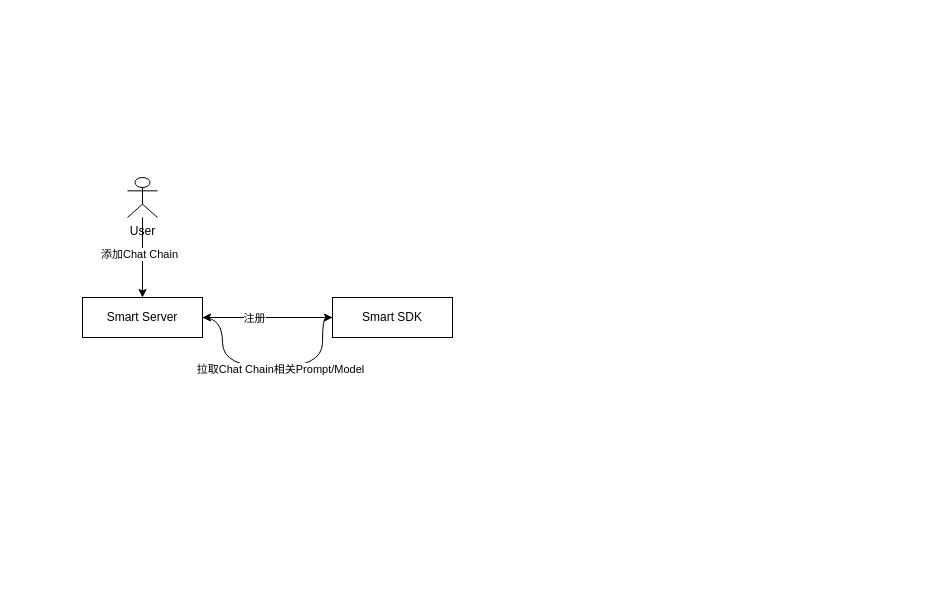
tctalk-cn/orchestrator keeps this draw.io diagram as page "Chat运行过程" (2 of 2) of docs/smart.drawio. Above is the earlier version. Source tidied: cells renumbered, new cells numbered last; positions are measured from the earlier drawing's top-left corner, leaving out a move shared by most shapes. Both pictures are drawn from the tidied source at 100%, with x=0, y=0 at pixel (82, 177).
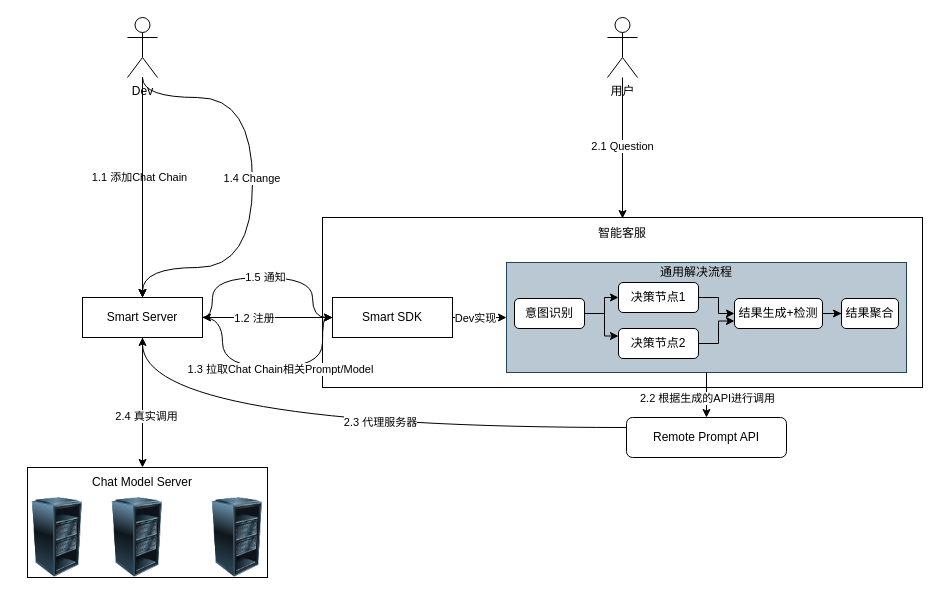
The same diagram, later.

The change refers to these unchanged cells:
```xml
<mxCell id="2" value="Smart Server" style="rounded=0;whiteSpace=wrap;html=1;" parent="1" vertex="1">
  <mxGeometry y="120" width="120" height="40" as="geometry" />
</mxCell>
<mxCell id="3" style="edgeStyle=orthogonalEdgeStyle;rounded=0;jettySize=auto;html=1;" parent="1" edge="1" source="5" target="2">
  <mxGeometry relative="1" as="geometry" />
</mxCell>
<mxCell id="6" style="edgeStyle=orthogonalEdgeStyle;rounded=0;jettySize=auto;html=1;entryX=1;entryY=0.5;entryDx=0;entryDy=0;" parent="1" edge="1" source="8" target="2">
  <mxGeometry relative="1" as="geometry" />
</mxCell>
<mxCell id="8" value="Smart SDK" style="rounded=0;whiteSpace=wrap;html=1;" parent="1" vertex="1">
  <mxGeometry x="250" y="120" width="120" height="40" as="geometry" />
</mxCell>
<mxCell id="9" style="endArrow=classic;html=1;rounded=0;edgeStyle=orthogonalEdgeStyle;exitX=1;exitY=0.5;exitDx=0;exitDy=0;curved=1;entryX=0;entryY=0.5;entryDx=0;entryDy=0;" parent="1" edge="1" source="2" target="8">
  <mxGeometry relative="1" as="geometry">
    <Array as="points">
      <mxPoint x="140" y="140" />
      <mxPoint x="140" y="190" />
      <mxPoint x="240" y="190" />
      <mxPoint x="240" y="140" />
    </Array>
  </mxGeometry>
</mxCell>
```

Diff of the diagram source:
```diff
@@
+    <mxCell id="11" value="&lt;div&gt;&lt;br&gt;&lt;/div&gt;&lt;div&gt;&lt;br&gt;&lt;/div&gt;&lt;div&gt;&lt;br&gt;&lt;/div&gt;&lt;div&gt;&lt;br&gt;&lt;/div&gt;" style="rounded=0;whiteSpace=wrap;html=1;" parent="1" vertex="1">
+      <mxGeometry x="240" y="40" width="600" height="170" as="geometry" />
+    </mxCell>
+    <mxCell id="12" style="edgeStyle=orthogonalEdgeStyle;rounded=0;jettySize=auto;html=1;entryX=0;entryY=0.5;entryDx=0;entryDy=0;curved=1;" parent="1" edge="1" source="2" target="8">
+      <mxGeometry relative="1" as="geometry">
+        <Array as="points">
+          <mxPoint x="130" y="140" />
+          <mxPoint x="130" y="100" />
+          <mxPoint x="230" y="100" />
+          <mxPoint x="230" y="140" />
+        </Array>
+      </mxGeometry>
+    </mxCell>
+    <mxCell id="13" value="1.5 通知" style="edgeLabel;html=1;align=center;verticalAlign=middle;" parent="12" vertex="1">
+      <mxGeometry x="-0.03" y="1" relative="1" as="geometry" />
+    </mxCell>
+    <mxCell id="14" style="edgeStyle=orthogonalEdgeStyle;rounded=0;jettySize=auto;html=1;entryX=0.5;entryY=0;entryDx=0;entryDy=0;" parent="1" edge="1" source="2" target="48">
+      <mxGeometry relative="1" as="geometry" />
+    </mxCell>
+    <mxCell id="15" value="2.4 真实调用" style="edgeLabel;html=1;align=center;verticalAlign=middle;" parent="14" vertex="1">
+      <mxGeometry x="0.2" y="3" relative="1" as="geometry" />
+    </mxCell>
@@
-    <mxCell id="4" value="添加Chat Chain" style="edgeLabel;html=1;align=center;verticalAlign=middle;" parent="3" vertex="1">
+    <mxCell id="4" value="1.1 添加Chat Chain" style="edgeLabel;html=1;align=center;verticalAlign=middle;" parent="3" vertex="1">
       <mxGeometry x="-0.1" y="-4" relative="1" as="geometry" />
     </mxCell>
+    <mxCell id="16" style="edgeStyle=orthogonalEdgeStyle;rounded=0;jettySize=auto;html=1;" parent="1" edge="1" source="5" target="2">
+      <mxGeometry relative="1" as="geometry" />
+    </mxCell>
-    <mxCell id="5" value="User" style="shape=umlActor;verticalLabelPosition=bottom;verticalAlign=top;html=1;outlineConnect=0;" parent="1" vertex="1">
-      <mxGeometry x="45" width="30" height="40" as="geometry" />
+    <mxCell id="5" value="Dev" style="shape=umlActor;verticalLabelPosition=bottom;verticalAlign=top;html=1;outlineConnect=0;" parent="1" vertex="1">
+      <mxGeometry x="45" y="-160" width="30" height="60" as="geometry" />
     </mxCell>
@@
-    <mxCell id="7" value="注册" style="edgeLabel;html=1;align=center;verticalAlign=middle;" parent="6" vertex="1">
+    <mxCell id="7" value="1.2 注册" style="edgeLabel;html=1;align=center;verticalAlign=middle;" parent="6" vertex="1">
       <mxGeometry x="0.22" relative="1" as="geometry" />
     </mxCell>
+    <mxCell id="17" style="edgeStyle=orthogonalEdgeStyle;rounded=0;jettySize=auto;html=1;entryX=0;entryY=0.5;entryDx=0;entryDy=0;" parent="1" edge="1" source="8" target="20">
+      <mxGeometry relative="1" as="geometry" />
+    </mxCell>
+    <mxCell id="18" value="Dev实现" style="edgeLabel;html=1;align=center;verticalAlign=middle;" parent="17" vertex="1">
+      <mxGeometry x="-0.17" relative="1" as="geometry" />
+    </mxCell>
@@
-    <mxCell id="10" value="拉取Chat Chain相关Prompt/Model" style="edgeLabel;html=1;align=center;verticalAlign=middle;" parent="9" vertex="1">
+    <mxCell id="10" value="1.3 拉取Chat Chain相关Prompt/Model" style="edgeLabel;html=1;align=center;verticalAlign=middle;" parent="9" vertex="1">
       <mxGeometry x="0.1" y="-1" relative="1" as="geometry" />
     </mxCell>
+    <mxCell id="19" style="group;" parent="1" vertex="1">
+      <mxGeometry x="424" y="85" width="400" height="110" as="geometry" />
+    </mxCell>
+    <mxCell id="20" style="rounded=0;whiteSpace=wrap;html=1;fillColor=#bac8d3;strokeColor=#23445d;" parent="19" vertex="1">
+      <mxGeometry width="400" height="110" as="geometry" />
+    </mxCell>
+    <mxCell id="21" style="edgeStyle=orthogonalEdgeStyle;rounded=0;jettySize=auto;html=1;" parent="19" edge="1" source="22" target="26">
+      <mxGeometry relative="1" as="geometry" />
+    </mxCell>
+    <mxCell id="22" value="决策节点1" style="rounded=1;whiteSpace=wrap;html=1;" parent="19" vertex="1">
+      <mxGeometry x="112" y="20" width="80" height="30" as="geometry" />
+    </mxCell>
+    <mxCell id="23" style="edgeStyle=orthogonalEdgeStyle;rounded=0;jettySize=auto;html=1;entryX=0;entryY=0.75;entryDx=0;entryDy=0;" parent="19" edge="1" source="24" target="26">
+      <mxGeometry relative="1" as="geometry" />
+    </mxCell>
+    <mxCell id="24" value="决策节点2" style="rounded=1;whiteSpace=wrap;html=1;" parent="19" vertex="1">
+      <mxGeometry x="112" y="66" width="80" height="30" as="geometry" />
+    </mxCell>
+    <mxCell id="25" style="edgeStyle=orthogonalEdgeStyle;rounded=0;jettySize=auto;html=1;" parent="19" edge="1" source="26" target="30">
+      <mxGeometry relative="1" as="geometry" />
+    </mxCell>
+    <mxCell id="26" value="结果生成+检测" style="rounded=1;whiteSpace=wrap;html=1;" parent="19" vertex="1">
+      <mxGeometry x="228" y="36" width="88" height="30" as="geometry" />
+    </mxCell>
+    <mxCell id="27" style="edgeStyle=orthogonalEdgeStyle;rounded=0;jettySize=auto;html=1;entryX=0;entryY=0.5;entryDx=0;entryDy=0;" parent="19" edge="1" source="29" target="22">
+      <mxGeometry relative="1" as="geometry" />
+    </mxCell>
+    <mxCell id="28" style="edgeStyle=orthogonalEdgeStyle;rounded=0;jettySize=auto;html=1;entryX=0;entryY=0.25;entryDx=0;entryDy=0;" parent="19" edge="1" source="29" target="24">
+      <mxGeometry relative="1" as="geometry" />
+    </mxCell>
+    <mxCell id="29" value="意图识别" style="rounded=1;whiteSpace=wrap;html=1;" parent="19" vertex="1">
+      <mxGeometry x="8" y="36" width="70" height="30" as="geometry" />
+    </mxCell>
+    <mxCell id="30" value="结果聚合" style="rounded=1;whiteSpace=wrap;html=1;" parent="19" vertex="1">
+      <mxGeometry x="335" y="36" width="57" height="30" as="geometry" />
+    </mxCell>
+    <mxCell id="31" value="通用解决流程" style="text;html=1;whiteSpace=wrap;strokeColor=none;fillColor=none;align=center;verticalAlign=middle;rounded=0;" parent="19" vertex="1">
+      <mxGeometry x="140" y="-5" width="100" height="30" as="geometry" />
+    </mxCell>
+    <mxCell id="32" style="edgeStyle=orthogonalEdgeStyle;rounded=0;jettySize=auto;html=1;entryX=0.5;entryY=0;entryDx=0;entryDy=0;" parent="1" edge="1" source="34" target="35">
+      <mxGeometry relative="1" as="geometry" />
+    </mxCell>
+    <mxCell id="33" value="2.1 Question" style="edgeLabel;html=1;align=center;verticalAlign=middle;" parent="32" vertex="1">
+      <mxGeometry x="-0.04" y="-1" relative="1" as="geometry" />
+    </mxCell>
+    <mxCell id="34" value="用户" style="shape=umlActor;verticalLabelPosition=bottom;verticalAlign=top;html=1;outlineConnect=0;" parent="1" vertex="1">
+      <mxGeometry x="525" y="-160" width="30" height="60" as="geometry" />
+    </mxCell>
+    <mxCell id="35" value="智能客服" style="text;html=1;whiteSpace=wrap;strokeColor=none;fillColor=none;align=center;verticalAlign=middle;rounded=0;" parent="1" vertex="1">
+      <mxGeometry x="510" y="41" width="60" height="30" as="geometry" />
+    </mxCell>
+    <mxCell id="36" style="edgeStyle=orthogonalEdgeStyle;rounded=0;jettySize=auto;html=1;elbow=vertical;curved=1;" parent="1" edge="1" source="5">
+      <mxGeometry relative="1" as="geometry">
+        <mxPoint x="60" y="120" as="targetPoint" />
+        <Array as="points">
+          <mxPoint x="60" y="-80" />
+          <mxPoint x="170" y="-80" />
+          <mxPoint x="170" y="90" />
+          <mxPoint x="60" y="90" />
+        </Array>
+      </mxGeometry>
+    </mxCell>
+    <mxCell id="37" value="1.4 Change&amp;nbsp;" style="edgeLabel;html=1;align=center;verticalAlign=middle;" parent="36" vertex="1">
+      <mxGeometry x="-0.09" relative="1" as="geometry">
+        <mxPoint y="10" as="offset" />
+      </mxGeometry>
+    </mxCell>
+    <mxCell id="38" style="edgeStyle=orthogonalEdgeStyle;rounded=0;jettySize=auto;html=1;entryX=0.5;entryY=1;entryDx=0;entryDy=0;curved=1;" parent="1" edge="1" source="40" target="2">
+      <mxGeometry relative="1" as="geometry">
+        <Array as="points">
+          <mxPoint x="60" y="250" />
+        </Array>
+      </mxGeometry>
+    </mxCell>
+    <mxCell id="39" value="2.3 代理服务器" style="edgeLabel;html=1;align=center;verticalAlign=middle;" parent="38" vertex="1">
+      <mxGeometry x="-0.14" y="-6" relative="1" as="geometry" />
+    </mxCell>
+    <mxCell id="40" value="Remote Prompt API" style="rounded=1;whiteSpace=wrap;html=1;" parent="1" vertex="1">
+      <mxGeometry x="544" y="240" width="160" height="40" as="geometry" />
+    </mxCell>
+    <mxCell id="41" style="edgeStyle=orthogonalEdgeStyle;rounded=0;jettySize=auto;html=1;" parent="1" edge="1" source="20" target="40">
+      <mxGeometry relative="1" as="geometry" />
+    </mxCell>
+    <mxCell id="42" value="2.2 根据生成的API进行调用" style="edgeLabel;html=1;align=center;verticalAlign=middle;" parent="41" vertex="1">
+      <mxGeometry x="-0.42" y="2" relative="1" as="geometry">
+        <mxPoint x="-2" y="12" as="offset" />
+      </mxGeometry>
+    </mxCell>
+    <mxCell id="43" style="group;" parent="1" vertex="1">
+      <mxGeometry x="-65" y="290" width="260" height="110" as="geometry" />
+    </mxCell>
+    <mxCell id="44" style="rounded=0;whiteSpace=wrap;html=1;" parent="43" vertex="1">
+      <mxGeometry x="10" width="240" height="110" as="geometry" />
+    </mxCell>
+    <mxCell id="45" style="image;html=1;image=img/lib/clip_art/computers/Server_Rack_Partial_128x128.png;" parent="43" vertex="1">
+      <mxGeometry y="30" width="80" height="80" as="geometry" />
+    </mxCell>
+    <mxCell id="46" style="image;html=1;image=img/lib/clip_art/computers/Server_Rack_Partial_128x128.png;" parent="43" vertex="1">
+      <mxGeometry x="80" y="30" width="80" height="80" as="geometry" />
+    </mxCell>
+    <mxCell id="47" style="image;html=1;image=img/lib/clip_art/computers/Server_Rack_Partial_128x128.png;" parent="43" vertex="1">
+      <mxGeometry x="180" y="30" width="80" height="80" as="geometry" />
+    </mxCell>
+    <mxCell id="48" value="Chat Model Server" style="text;html=1;whiteSpace=wrap;strokeColor=none;fillColor=none;align=center;verticalAlign=middle;rounded=0;" parent="43" vertex="1">
+      <mxGeometry x="65" width="120" height="30" as="geometry" />
+    </mxCell>
```
